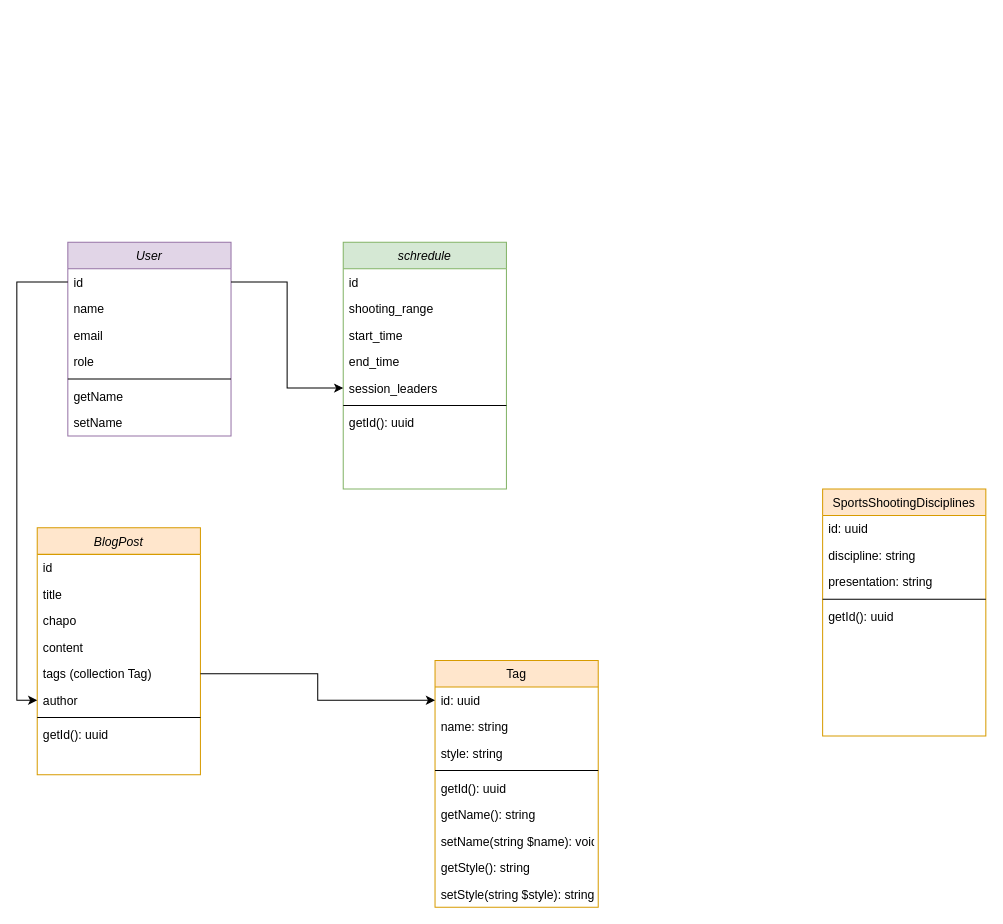
michaelgtfr/fftir_loudun_api keeps this draw.io diagram as Diagramme sans nom.drawio. Above is the earlier version. Source tidied: cells renumbered, new cells numbered last; positions are measured from the earlier drawing's top-left corner, leaving out a move shared by most shapes. Both pictures are drawn from the tidied source at 102%, with x=0, y=0 at pixel (37, 242).
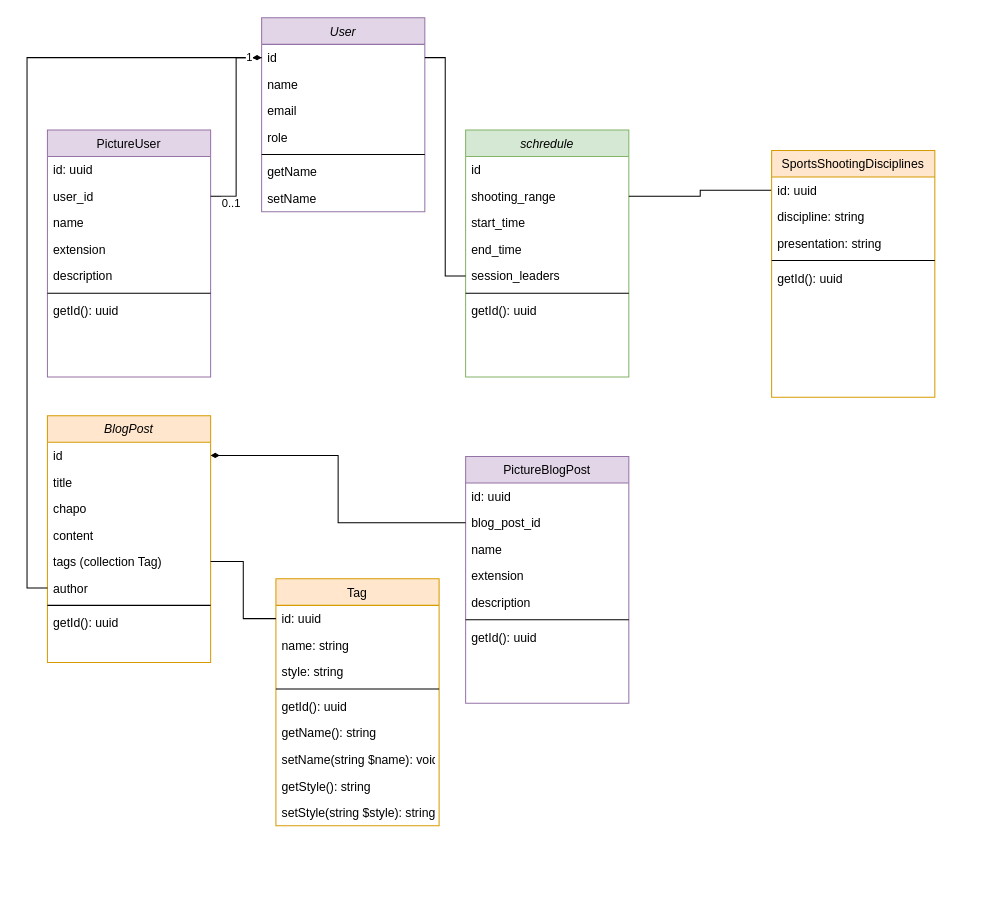
After the change.

Commit message:
Mettre à jour Diagramme sans nom.drawio

Unchanged cells that the change refers to:
```xml
<mxCell id="3" value="id" style="text;align=left;verticalAlign=top;spacingLeft=4;spacingRight=4;overflow=hidden;points=[[0,0.5],[1,0.5]];portConstraint=eastwest;" parent="2" vertex="1">
  <mxGeometry y="26" width="160" height="26" as="geometry" />
</mxCell>
<mxCell id="11" value="id: uuid" style="text;align=left;verticalAlign=top;spacingLeft=4;spacingRight=4;overflow=hidden;points=[[0,0.5],[1,0.5]];portConstraint=eastwest;" parent="10" vertex="1">
  <mxGeometry y="26" width="160" height="26" as="geometry" />
</mxCell>
<mxCell id="21" value="id" style="text;align=left;verticalAlign=top;spacingLeft=4;spacingRight=4;overflow=hidden;points=[[0,0.5],[1,0.5]];portConstraint=eastwest;" parent="20" vertex="1">
  <mxGeometry y="26" width="160" height="26" as="geometry" />
</mxCell>
<mxCell id="25" value="tags (collection Tag)" style="text;align=left;verticalAlign=top;spacingLeft=4;spacingRight=4;overflow=hidden;points=[[0,0.5],[1,0.5]];portConstraint=eastwest;rounded=0;shadow=0;html=0;" parent="20" vertex="1">
  <mxGeometry y="130" width="160" height="26" as="geometry" />
</mxCell>
<mxCell id="26" value="author" style="text;align=left;verticalAlign=top;spacingLeft=4;spacingRight=4;overflow=hidden;points=[[0,0.5],[1,0.5]];portConstraint=eastwest;rounded=0;shadow=0;html=0;" parent="20" vertex="1">
  <mxGeometry y="156" width="160" height="26" as="geometry" />
</mxCell>
<mxCell id="31" value="shooting_range" style="text;align=left;verticalAlign=top;spacingLeft=4;spacingRight=4;overflow=hidden;points=[[0,0.5],[1,0.5]];portConstraint=eastwest;" parent="29" vertex="1">
  <mxGeometry y="52" width="160" height="26" as="geometry" />
</mxCell>
<mxCell id="34" value="session_leaders" style="text;align=left;verticalAlign=top;spacingLeft=4;spacingRight=4;overflow=hidden;points=[[0,0.5],[1,0.5]];portConstraint=eastwest;rounded=0;shadow=0;html=0;" parent="29" vertex="1">
  <mxGeometry y="130" width="160" height="26" as="geometry" />
</mxCell>
<mxCell id="41" value="id: uuid" style="text;align=left;verticalAlign=top;spacingLeft=4;spacingRight=4;overflow=hidden;points=[[0,0.5],[1,0.5]];portConstraint=eastwest;" parent="40" vertex="1">
  <mxGeometry y="26" width="160" height="26" as="geometry" />
</mxCell>
```

The edit, as a diff of the source:
```diff
@@
     <mxCell id="2" value="User" style="swimlane;fontStyle=2;align=center;verticalAlign=top;horizontal=1;startSize=26;rounded=0;shadow=0;strokeWidth=1;fillColor=#e1d5e7;strokeColor=#9673a6;" parent="1" vertex="1">
-      <mxGeometry x="30" width="160" height="190" as="geometry" />
+      <mxGeometry x="220" y="-220" width="160" height="190" as="geometry" />
     </mxCell>
@@
     <mxCell id="10" value="Tag" style="swimlane;fontStyle=0;align=center;verticalAlign=top;horizontal=1;startSize=26;rounded=0;shadow=0;strokeWidth=1;fillColor=#ffe6cc;strokeColor=#d79b00;" parent="1" vertex="1">
-      <mxGeometry x="390" y="410" width="160" height="242" as="geometry" />
+      <mxGeometry x="234" y="330" width="160" height="242" as="geometry" />
     </mxCell>
@@
     <mxCell id="20" value="BlogPost" style="swimlane;fontStyle=2;align=center;verticalAlign=top;horizontal=1;startSize=26;rounded=0;shadow=0;strokeWidth=1;fillColor=#ffe6cc;strokeColor=#d79b00;" parent="1" vertex="1">
-      <mxGeometry y="280" width="160" height="242" as="geometry" />
+      <mxGeometry x="10" y="170" width="160" height="242" as="geometry" />
     </mxCell>
@@
     <mxCell id="29" value="schredule" style="swimlane;fontStyle=2;align=center;verticalAlign=top;horizontal=1;startSize=26;rounded=0;shadow=0;strokeWidth=1;fillColor=#d5e8d4;strokeColor=#82b366;" parent="1" vertex="1">
-      <mxGeometry x="300" width="160" height="242" as="geometry" />
+      <mxGeometry x="420" y="-110" width="160" height="242" as="geometry" />
     </mxCell>
@@
-    <mxCell id="37" style="edgeStyle=orthogonalEdgeStyle;rounded=0;jettySize=auto;html=1;" parent="1" edge="1" source="3" target="34">
+    <mxCell id="37" style="edgeStyle=orthogonalEdgeStyle;rounded=0;jettySize=auto;html=1;endArrow=none;endFill=0;" parent="1" edge="1" source="3" target="34">
       <mxGeometry relative="1" as="geometry" />
     </mxCell>
-    <mxCell id="38" style="edgeStyle=orthogonalEdgeStyle;rounded=0;jettySize=auto;html=1;entryX=0;entryY=0.5;entryDx=0;entryDy=0;" parent="1" edge="1" source="3" target="26">
+    <mxCell id="38" style="edgeStyle=orthogonalEdgeStyle;rounded=0;jettySize=auto;html=1;entryX=0;entryY=0.5;entryDx=0;entryDy=0;endArrow=none;endFill=0;" parent="1" edge="1" source="3" target="26">
       <mxGeometry relative="1" as="geometry" />
     </mxCell>
-    <mxCell id="39" style="edgeStyle=orthogonalEdgeStyle;rounded=0;jettySize=auto;html=1;entryX=0;entryY=0.5;entryDx=0;entryDy=0;" parent="1" edge="1" source="25" target="11">
+    <mxCell id="39" style="edgeStyle=orthogonalEdgeStyle;rounded=0;jettySize=auto;html=1;entryX=0;entryY=0.5;entryDx=0;entryDy=0;endArrow=none;endFill=0;" parent="1" edge="1" source="25" target="11">
       <mxGeometry relative="1" as="geometry" />
     </mxCell>
+    <mxCell id="46" style="edgeStyle=orthogonalEdgeStyle;rounded=0;jettySize=auto;html=1;entryX=0;entryY=0.5;entryDx=0;entryDy=0;endArrow=none;endFill=0;" parent="1" edge="1" source="31" target="41">
+      <mxGeometry relative="1" as="geometry" />
+    </mxCell>
+    <mxCell id="47" value="PictureUser" style="swimlane;fontStyle=0;align=center;verticalAlign=top;horizontal=1;startSize=26;rounded=0;shadow=0;strokeWidth=1;fillColor=#e1d5e7;strokeColor=#9673a6;" parent="1" vertex="1">
+      <mxGeometry x="10" y="-110" width="160" height="242" as="geometry" />
+    </mxCell>
+    <mxCell id="48" value="id: uuid" style="text;align=left;verticalAlign=top;spacingLeft=4;spacingRight=4;overflow=hidden;" parent="47" vertex="1">
+      <mxGeometry y="26" width="160" height="26" as="geometry" />
+    </mxCell>
+    <mxCell id="49" value="user_id" style="text;align=left;verticalAlign=top;spacingLeft=4;spacingRight=4;overflow=hidden;points=[[0,0.5],[1,0.5]];portConstraint=eastwest;rounded=0;shadow=0;html=0;" parent="47" vertex="1">
+      <mxGeometry y="52" width="160" height="26" as="geometry" />
+    </mxCell>
+    <mxCell id="50" value="name" style="text;align=left;verticalAlign=top;spacingLeft=4;spacingRight=4;overflow=hidden;rounded=0;shadow=0;html=0;" parent="47" vertex="1">
+      <mxGeometry y="78" width="160" height="26" as="geometry" />
+    </mxCell>
+    <mxCell id="51" value="extension" style="text;align=left;verticalAlign=top;spacingLeft=4;spacingRight=4;overflow=hidden;rounded=0;shadow=0;html=0;" parent="47" vertex="1">
+      <mxGeometry y="104" width="160" height="26" as="geometry" />
+    </mxCell>
+    <mxCell id="52" value="description" style="text;align=left;verticalAlign=top;spacingLeft=4;spacingRight=4;overflow=hidden;rounded=0;shadow=0;html=0;" parent="47" vertex="1">
+      <mxGeometry y="130" width="160" height="26" as="geometry" />
+    </mxCell>
+    <mxCell id="53" style="line;html=1;strokeWidth=1;align=left;verticalAlign=middle;spacingTop=-1;spacingLeft=3;spacingRight=3;labelPosition=right;" parent="47" vertex="1">
+      <mxGeometry y="156" width="160" height="8" as="geometry" />
+    </mxCell>
+    <mxCell id="54" value="getId(): uuid" style="text;align=left;verticalAlign=top;spacingLeft=4;spacingRight=4;overflow=hidden;" parent="47" vertex="1">
+      <mxGeometry y="164" width="160" height="26" as="geometry" />
+    </mxCell>
+    <mxCell id="55" style="edgeStyle=orthogonalEdgeStyle;rounded=0;jettySize=auto;html=1;entryX=1;entryY=0.5;entryDx=0;entryDy=0;startArrow=diamondThin;startFill=1;endArrow=none;endFill=0;" parent="1" edge="1" source="3" target="49">
+      <mxGeometry relative="1" as="geometry" />
+    </mxCell>
+    <mxCell id="56" value="0..1" style="edgeLabel;html=1;align=center;verticalAlign=middle;" parent="55" vertex="1">
+      <mxGeometry x="0.8" y="6" relative="1" as="geometry" />
+    </mxCell>
+    <mxCell id="57" value="1" style="edgeLabel;html=1;align=center;verticalAlign=middle;" parent="55" vertex="1">
+      <mxGeometry x="-0.86" y="-1" relative="1" as="geometry" />
+    </mxCell>
+    <mxCell id="58" value="PictureBlogPost" style="swimlane;fontStyle=0;align=center;verticalAlign=top;horizontal=1;startSize=26;rounded=0;shadow=0;strokeWidth=1;fillColor=#e1d5e7;strokeColor=#9673a6;" parent="1" vertex="1">
+      <mxGeometry x="420" y="210" width="160" height="242" as="geometry" />
+    </mxCell>
+    <mxCell id="59" value="id: uuid" style="text;align=left;verticalAlign=top;spacingLeft=4;spacingRight=4;overflow=hidden;" parent="58" vertex="1">
+      <mxGeometry y="26" width="160" height="26" as="geometry" />
+    </mxCell>
+    <mxCell id="60" value="blog_post_id" style="text;align=left;verticalAlign=top;spacingLeft=4;spacingRight=4;overflow=hidden;points=[[0,0.5],[1,0.5]];portConstraint=eastwest;rounded=0;shadow=0;html=0;" parent="58" vertex="1">
+      <mxGeometry y="52" width="160" height="26" as="geometry" />
+    </mxCell>
+    <mxCell id="61" value="name" style="text;align=left;verticalAlign=top;spacingLeft=4;spacingRight=4;overflow=hidden;rounded=0;shadow=0;html=0;" parent="58" vertex="1">
+      <mxGeometry y="78" width="160" height="26" as="geometry" />
+    </mxCell>
+    <mxCell id="62" value="extension" style="text;align=left;verticalAlign=top;spacingLeft=4;spacingRight=4;overflow=hidden;rounded=0;shadow=0;html=0;" parent="58" vertex="1">
+      <mxGeometry y="104" width="160" height="26" as="geometry" />
+    </mxCell>
+    <mxCell id="63" value="description" style="text;align=left;verticalAlign=top;spacingLeft=4;spacingRight=4;overflow=hidden;rounded=0;shadow=0;html=0;" parent="58" vertex="1">
+      <mxGeometry y="130" width="160" height="26" as="geometry" />
+    </mxCell>
+    <mxCell id="64" style="line;html=1;strokeWidth=1;align=left;verticalAlign=middle;spacingTop=-1;spacingLeft=3;spacingRight=3;labelPosition=right;" parent="58" vertex="1">
+      <mxGeometry y="156" width="160" height="8" as="geometry" />
+    </mxCell>
+    <mxCell id="65" value="getId(): uuid" style="text;align=left;verticalAlign=top;spacingLeft=4;spacingRight=4;overflow=hidden;" parent="58" vertex="1">
+      <mxGeometry y="164" width="160" height="26" as="geometry" />
+    </mxCell>
+    <mxCell id="66" style="edgeStyle=orthogonalEdgeStyle;rounded=0;jettySize=auto;html=1;entryX=0;entryY=0.5;entryDx=0;entryDy=0;startArrow=diamondThin;startFill=1;endArrow=none;endFill=0;" parent="1" edge="1" source="21" target="60">
+      <mxGeometry relative="1" as="geometry" />
+    </mxCell>
     <mxCell id="40" value="SportsShootingDisciplines" style="swimlane;fontStyle=0;align=center;verticalAlign=top;horizontal=1;startSize=26;rounded=0;shadow=0;strokeWidth=1;fillColor=#ffe6cc;strokeColor=#d79b00;" parent="1" vertex="1">
-      <mxGeometry x="770" y="242" width="160" height="242" as="geometry" />
+      <mxGeometry x="720" y="-90" width="160" height="242" as="geometry" />
     </mxCell>
```
